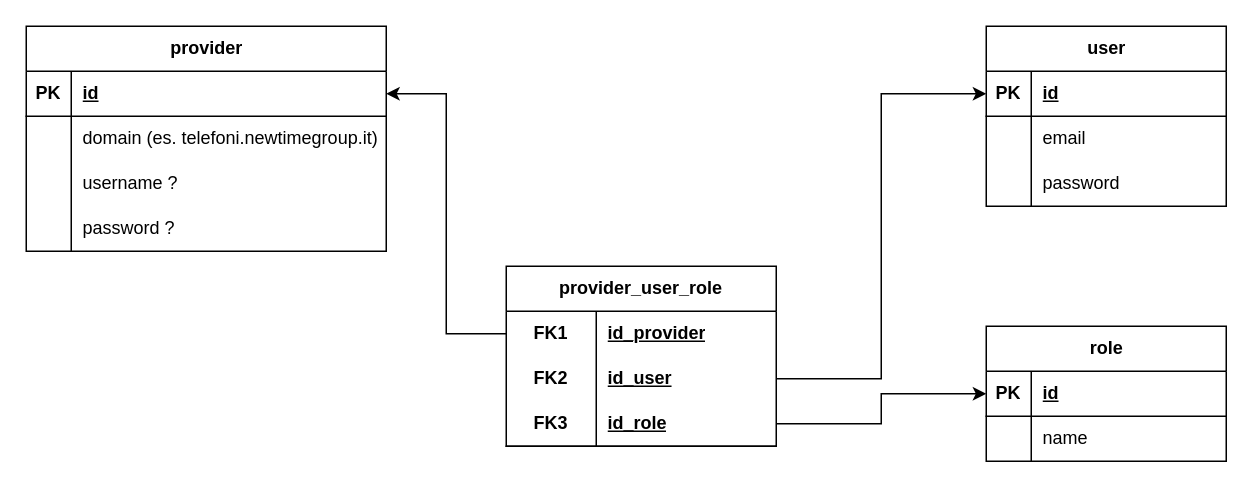
Above: page "Pagina-2" (2 of 2) of docs/idp.drawio in ictnewtime/identity-provider (draw.io), before the change. Source tidied: cells renumbered, new cells numbered last; positions are measured from the earlier drawing's top-left corner, leaving out a move shared by most shapes. Both pictures are drawn from the tidied source at 150%, with x=0, y=0 at pixel (26, 26).
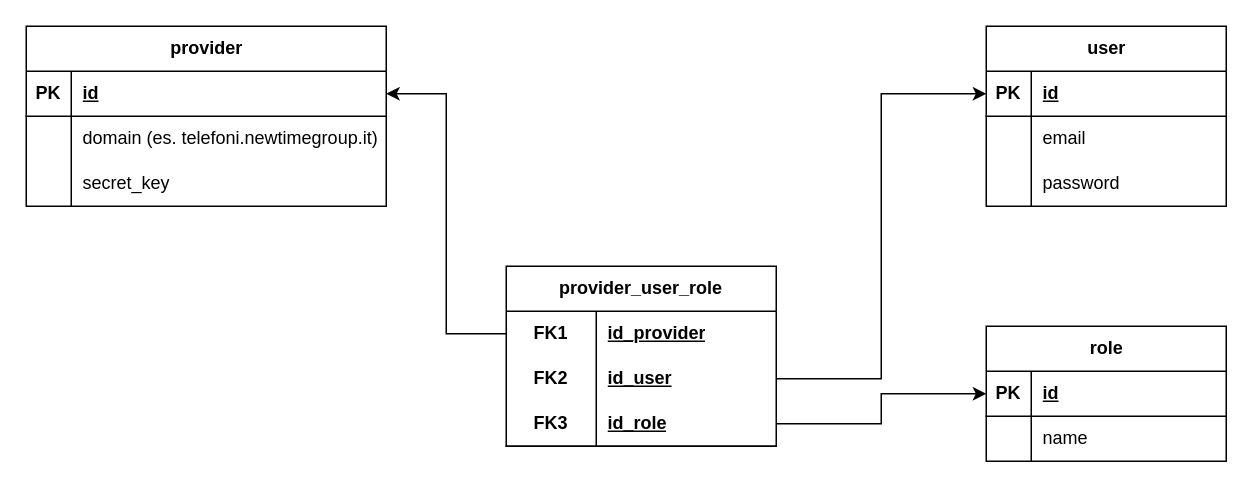
After the change.

Unchanged cells that the change refers to:
```xml
<mxCell id="9" style="shape=tableRow;horizontal=0;startSize=0;swimlaneHead=0;swimlaneBody=0;fillColor=none;top=0;left=0;right=0;bottom=0;" parent="2" vertex="1">
  <mxGeometry y="90" width="240" height="30" as="geometry" />
</mxCell>
```

The edit, as a diff of the source:
```diff
@@
     <mxCell id="2" value="provider" style="shape=table;startSize=30;childLayout=tableLayout;rowLines=0;fontStyle=1;align=center;html=1;" parent="1" vertex="1">
-      <mxGeometry width="240" height="150" as="geometry" />
+      <mxGeometry width="240" height="120" as="geometry" />
     </mxCell>
@@
-    <mxCell id="11" value="username ?" style="shape=partialRectangle;fillColor=none;top=0;left=0;bottom=0;right=0;align=left;spacingLeft=6;overflow=hidden;whiteSpace=wrap;html=1;" parent="9" vertex="1">
+    <mxCell id="11" value="secret_key" style="shape=partialRectangle;fillColor=none;top=0;left=0;bottom=0;right=0;align=left;spacingLeft=6;overflow=hidden;whiteSpace=wrap;html=1;" parent="9" vertex="1">
       <mxGeometry x="30" width="210" height="30" as="geometry" />
     </mxCell>
-    <mxCell id="12" style="shape=tableRow;horizontal=0;startSize=0;swimlaneHead=0;swimlaneBody=0;fillColor=none;top=0;left=0;right=0;bottom=0;" parent="2" vertex="1">
-      <mxGeometry y="120" width="240" height="30" as="geometry" />
-    </mxCell>
-    <mxCell id="13" style="shape=partialRectangle;fillColor=none;top=0;left=0;bottom=0;right=0;overflow=hidden;whiteSpace=wrap;html=1;" parent="12" vertex="1">
-      <mxGeometry width="30" height="30" as="geometry" />
-    </mxCell>
-    <mxCell id="14" value="password ?" style="shape=partialRectangle;fillColor=none;top=0;left=0;bottom=0;right=0;align=left;spacingLeft=6;overflow=hidden;whiteSpace=wrap;html=1;" parent="12" vertex="1">
-      <mxGeometry x="30" width="210" height="30" as="geometry" />
-    </mxCell>
```
